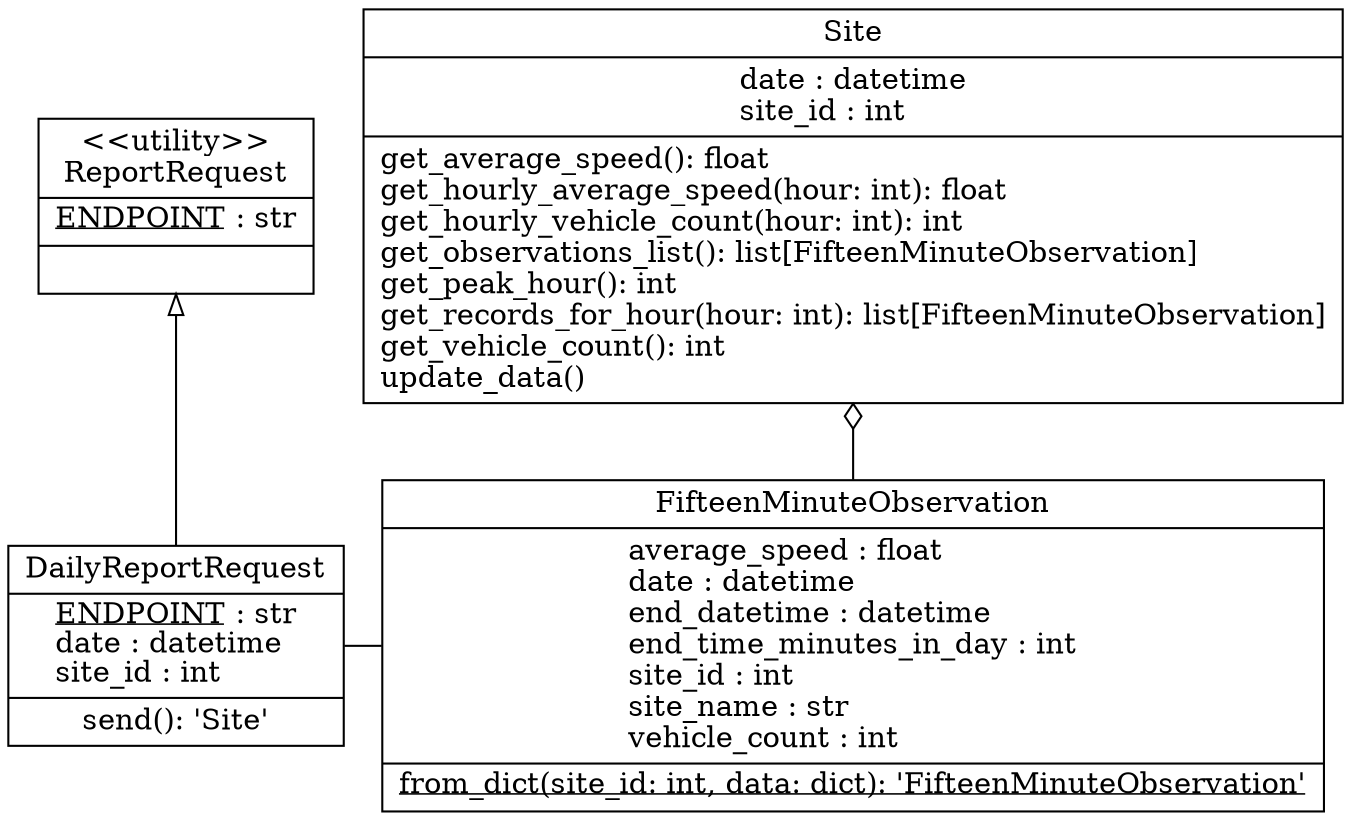
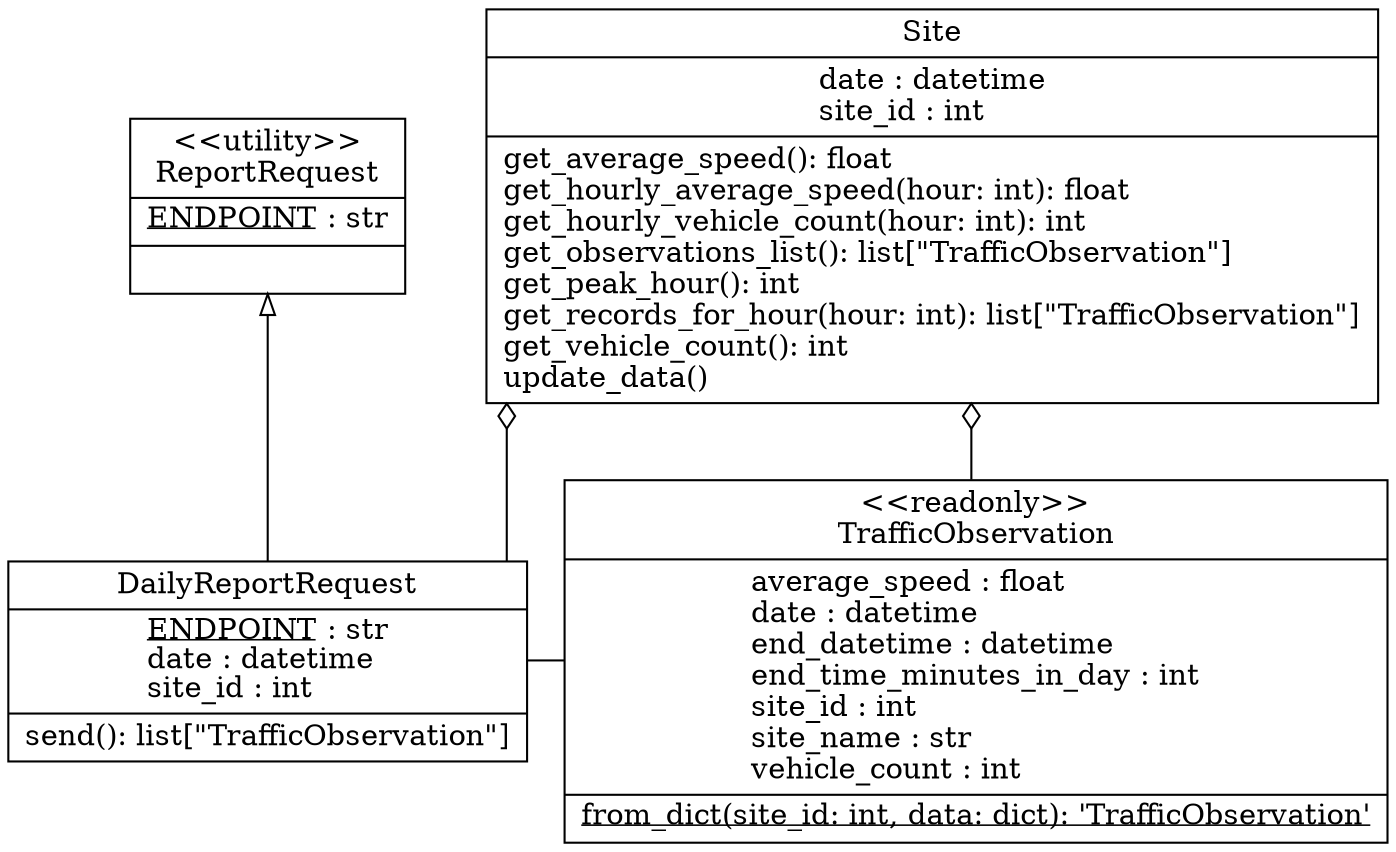
digraph "reports" {
rankdir=BT
charset="utf-8"
splines="ortho"
- "webtris_client.DailyReportRequest" [color="black", fontcolor="black", label=<{DailyReportRequest|<U>ENDPOINT</U> : str<br ALIGN="LEFT"/>date : datetime<br ALIGN="LEFT"/>site_id : int<br ALIGN="LEFT"/>|send(): 'Site'<br ALIGN="LEFT"/>}>, shape="record", style="solid"];
- "webtris_client.FifteenMinuteObservation" [color="black", fontcolor="black", label=<{FifteenMinuteObservation|average_speed : float<br ALIGN="LEFT"/>date : datetime<br ALIGN="LEFT"/>end_datetime : datetime<br ALIGN="LEFT"/>end_time_minutes_in_day : int<br ALIGN="LEFT"/>site_id : int<br ALIGN="LEFT"/>site_name : str<br ALIGN="LEFT"/>vehicle_count : int<br ALIGN="LEFT"/>|<U>from_dict(site_id: int, data: dict): 'FifteenMinuteObservation'</U><br ALIGN="LEFT"/>}>, shape="record", style="solid"];
+ "webtris_client.DailyReportRequest" [color="black", fontcolor="black", label=<{DailyReportRequest|<U>ENDPOINT</U> : str<br ALIGN="LEFT"/>date : datetime<br ALIGN="LEFT"/>site_id : int<br ALIGN="LEFT"/>|send(): list["TrafficObservation"]<br ALIGN="LEFT"/>}>, shape="record", style="solid"];
+ "webtris_client.TrafficObservation" [color="black", fontcolor="black", label=<{&lt;&lt;readonly&gt;&gt;<br/>TrafficObservation|average_speed : float<br ALIGN="LEFT"/>date : datetime<br ALIGN="LEFT"/>end_datetime : datetime<br ALIGN="LEFT"/>end_time_minutes_in_day : int<br ALIGN="LEFT"/>site_id : int<br ALIGN="LEFT"/>site_name : str<br ALIGN="LEFT"/>vehicle_count : int<br ALIGN="LEFT"/>|<U>from_dict(site_id: int, data: dict): 'TrafficObservation'</U><br ALIGN="LEFT"/>}>, shape="record", style="solid"];
"webtris_client.ReportRequest" [color="black", fontcolor="black", label=<{&lt;&lt;utility&gt;&gt;<br/>ReportRequest|<U>ENDPOINT</U> : str<br ALIGN="LEFT"/>|}>, shape="record", style="solid"];
- "webtris_client.Site" [color="black", fontcolor="black", label=<{Site|date : datetime<br ALIGN="LEFT"/>site_id : int<br ALIGN="LEFT"/>|get_average_speed(): float<br ALIGN="LEFT"/>get_hourly_average_speed(hour: int): float<br ALIGN="LEFT"/>get_hourly_vehicle_count(hour: int): int<br ALIGN="LEFT"/>get_observations_list(): list[FifteenMinuteObservation]<br ALIGN="LEFT"/>get_peak_hour(): int<br ALIGN="LEFT"/>get_records_for_hour(hour: int): list[FifteenMinuteObservation]<br ALIGN="LEFT"/>get_vehicle_count(): int<br ALIGN="LEFT"/>update_data()<br ALIGN="LEFT"/>}>, shape="record", style="solid"];
- {rank=same; "webtris_client.DailyReportRequest"; "webtris_client.FifteenMinuteObservation"}
+ "webtris_client.Site" [color="black", fontcolor="black", label=<{Site|date : datetime<br ALIGN="LEFT"/>site_id : int<br ALIGN="LEFT"/>|get_average_speed(): float<br ALIGN="LEFT"/>get_hourly_average_speed(hour: int): float<br ALIGN="LEFT"/>get_hourly_vehicle_count(hour: int): int<br ALIGN="LEFT"/>get_observations_list(): list["TrafficObservation"]<br ALIGN="LEFT"/>get_peak_hour(): int<br ALIGN="LEFT"/>get_records_for_hour(hour: int): list["TrafficObservation"]<br ALIGN="LEFT"/>get_vehicle_count(): int<br ALIGN="LEFT"/>update_data()<br ALIGN="LEFT"/>}>, shape="record", style="solid"];
+ {rank=same; "webtris_client.DailyReportRequest"; "webtris_client.TrafficObservation"}
"webtris_client.DailyReportRequest" -> "webtris_client.ReportRequest" [arrowhead="empty", arrowtail="none"];
- "webtris_client.FifteenMinuteObservation" -> "webtris_client.Site" [arrowhead="odiamond"]
- "webtris_client.DailyReportRequest" -> "webtris_client.FifteenMinuteObservation" [arrowhead="none", arrowtail="none", dir="both"]
+ "webtris_client.TrafficObservation" -> "webtris_client.Site" [arrowhead="odiamond"]
+ "webtris_client.DailyReportRequest" -> "webtris_client.TrafficObservation" [arrowhead="none", arrowtail="none", dir="both"]
+ "webtris_client.DailyReportRequest" -> "webtris_client.Site" [arrowhead="odiamond"]
}
- 
- 
- digraph "sites" {
-     rankdir=TB
-     charset="utf-8"
-     splines="ortho"
-     subgraph cluster_SitesRequest {
-         label="SitesRequest"
-         color="black"
-         fontcolor="black"
-         style="solid"
-         "webtris_client.SitesRequest" [color="black", fontcolor="black",label=<{<U>ENDPOINT</U> : str<br ALIGN="LEFT"/>|send(): SitesResponse<br ALIGN="LEFT"/>}>,shape="record", style="solid"]
-         subgraph cluster_SitesResponse {
-             label="SitesResponse"
-             color="black"
-             fontcolor="black"
-             style="solid"
-             "webtris_client.SitesRequest.SitesResponse" [color="black", fontcolor="black",label=<{row_count : int<br ALIGN="LEFT"/>sites : list[_Site]<br ALIGN="LEFT"/>|<U>from_dict(data: dict): SitesResponse</U><br ALIGN="LEFT"/>}>,shape="record", style="solid"]
-             "webtris_client.SitesRequest.SitesResponse._Site" [color="black", fontcolor="black",label=<{_Site | description : str<br ALIGN="LEFT"/>id : int<br ALIGN="LEFT"/>latitude : float<br ALIGN="LEFT"/>longitude : float<br ALIGN="LEFT"/>name : str<br ALIGN="LEFT"/>status : str<br ALIGN="LEFT"/>|}>,shape="record", style="solid"]
-         }
-     }
- 
-     "webtris_client.SitesRequest.SitesResponse._Site" -> "webtris_client.SitesRequest.SitesResponse" [
-         arrowhead="diamond", arrowtail="none"
-     ]
- }
- 
- 
- digraph "client" {
- rankdir=BT
- charset="utf-8"
- splines="ortho"
-     "webtris_client.WebTRISClient" [color="black", fontcolor="black", label=<{&lt;&lt;utility&gt;&gt;<br/>WebTRISClient|<U>API_URL</U> : str<br ALIGN="LEFT"/>|}>, shape="record", style="solid"];
- }
